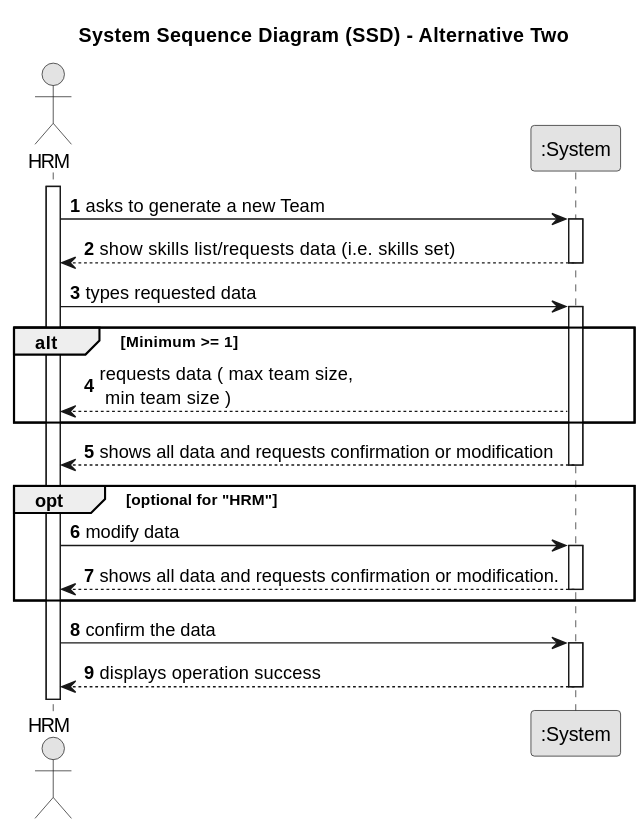
Earlier version of the PlantUML export docs/sprintA/us005/01.requirements-engineering/svg/us005-system-sequence-diagram-alternative-two.svg (francisc-o-liveira/lei-24-s2-1dp-g163).
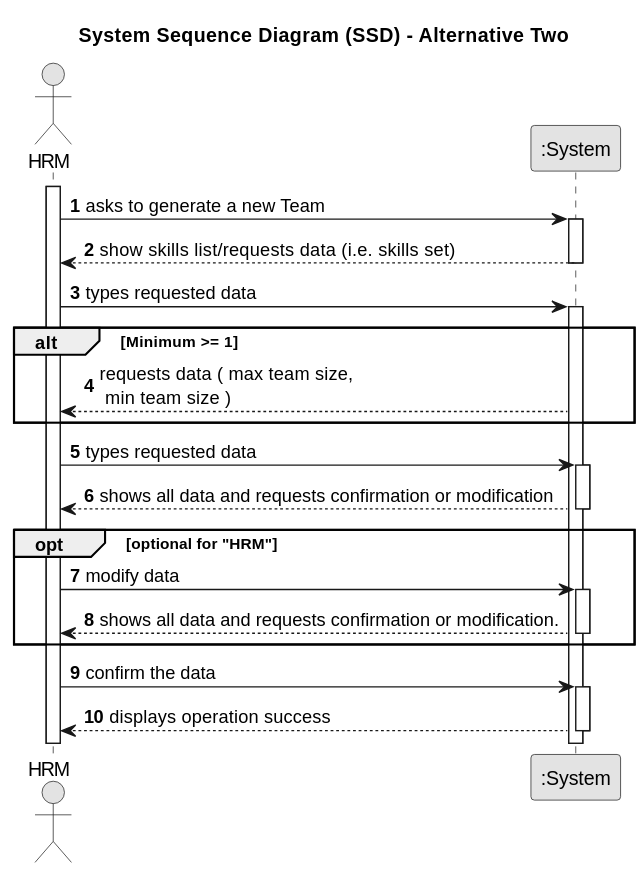
After the change.

What changed in the source:
```diff
@@ -21,11 +21,14 @@
     Manager -> System : types requested data
     activate System
 
-     alt Minimum >= 1
+    alt Minimum >= 1
     System --> Manager : requests data ( max team size,\n min team size )
     end
 
-        System --> Manager : shows all data and requests confirmation or modification
+    Manager -> System : types requested data
+       activate System
+
+    System --> Manager : shows all data and requests confirmation or modification
     deactivate System
 
     opt optional for "HRM"
```
